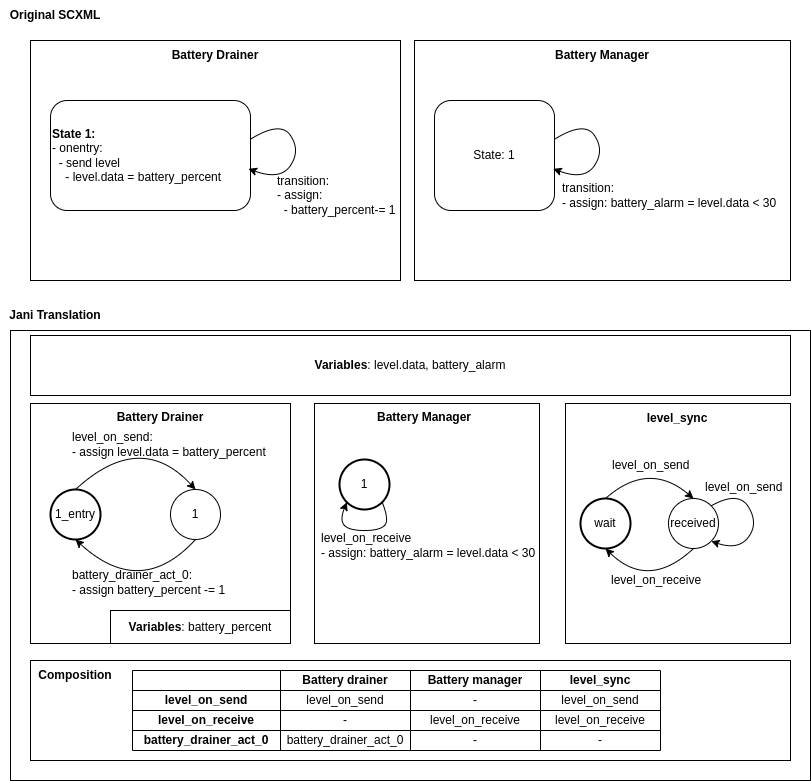
Above: docs/source/graphics/scxml_to_jani.drawio.png in convince-project/AS2FM (draw.io), before the change. Source tidied: cells renumbered, new cells last; positions are measured from the earlier drawing's top-left corner, leaving out a move shared by most shapes.
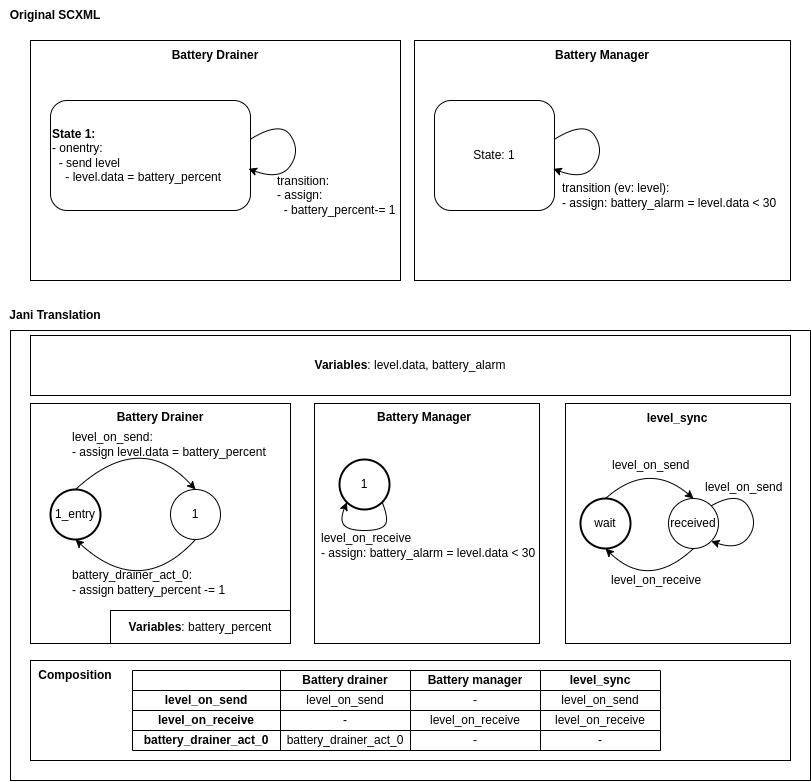
After the change.

What changed in the source:
```diff
@@ -44,7 +44,7 @@
         </Array>
       </mxGeometry>
     </mxCell>
-    <mxCell id="12" value="transition:&lt;br&gt;- assign: battery_alarm = level.data &amp;lt; 30" style="text;html=1;strokeColor=none;fillColor=none;align=left;verticalAlign=middle;whiteSpace=wrap;rounded=0;" parent="1" vertex="1">
+    <mxCell id="12" value="transition (ev: level):&lt;br&gt;- assign: battery_alarm = level.data &amp;lt; 30" style="text;html=1;strokeColor=none;fillColor=none;align=left;verticalAlign=middle;whiteSpace=wrap;rounded=0;" parent="1" vertex="1">
       <mxGeometry x="560" y="170" width="220" height="50" as="geometry" />
     </mxCell>
     <mxCell id="13" value="&lt;b&gt;Original SCXML&lt;/b&gt;" style="text;html=1;strokeColor=none;fillColor=none;align=center;verticalAlign=middle;whiteSpace=wrap;rounded=0;fontFamily=Helvetica;" parent="1" vertex="1">
```
